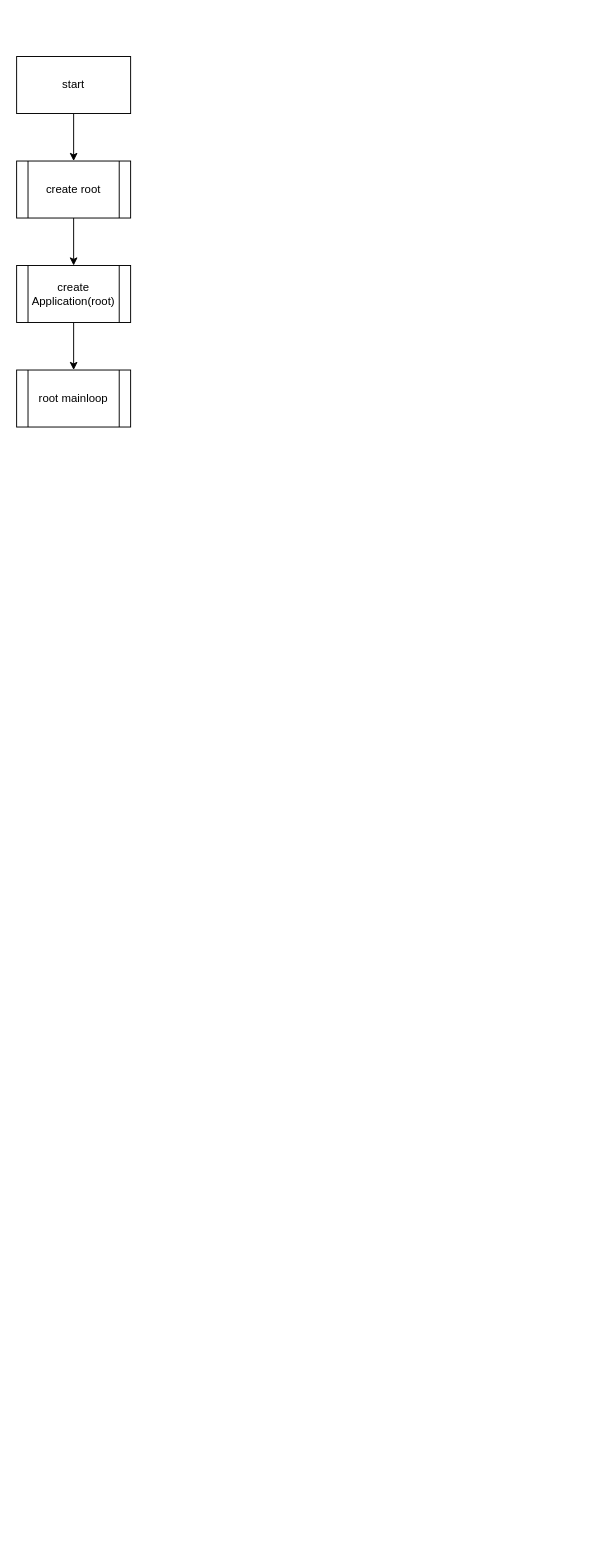
The draw.io diagram overview.drawio in sub-arctic/software-task-1, before the edit. Source tidied: cells renumbered, new cells numbered last; positions are measured from the earlier drawing's top-left corner, leaving out a move shared by most shapes. Both pictures are drawn from the tidied source at 95%, with x=0, y=0 at pixel (16, 56).
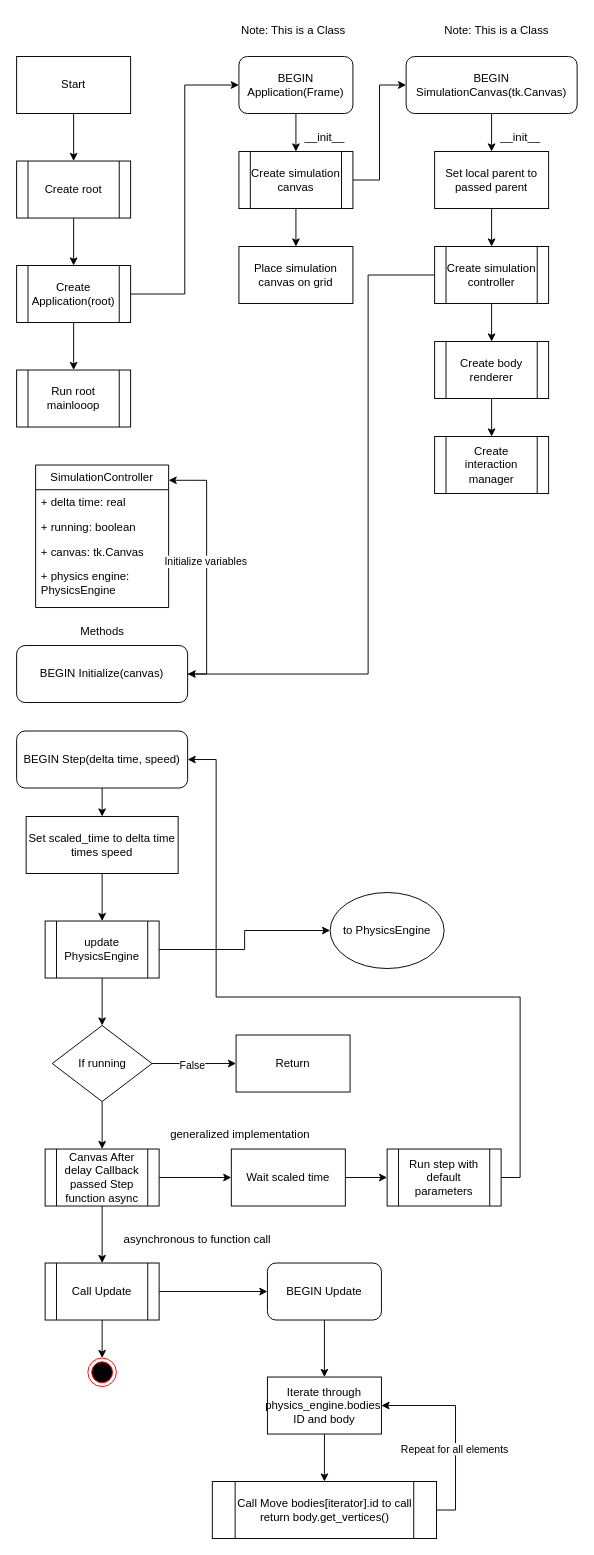
Above is the later version.

Diff of the diagram source:
```diff
@@
-    <mxCell id="3" value="start" style="rounded=0;whiteSpace=wrap;html=1;" parent="1" vertex="1">
+    <mxCell id="3" value="Start" style="rounded=0;whiteSpace=wrap;html=1;" parent="1" vertex="1">
       <mxGeometry width="120" height="60" as="geometry" />
     </mxCell>
@@
+    <mxCell id="9" style="edgeStyle=orthogonalEdgeStyle;rounded=0;jettySize=auto;html=1;exitX=1;exitY=0.5;exitDx=0;exitDy=0;entryX=0;entryY=0.5;entryDx=0;entryDy=0;" parent="1" edge="1" source="5" target="11">
+      <mxGeometry relative="1" as="geometry" />
+    </mxCell>
-    <mxCell id="5" value="create Application(root)" style="shape=process;whiteSpace=wrap;html=1;backgroundOutline=1;" parent="1" vertex="1">
+    <mxCell id="5" value="Create Application(root)" style="shape=process;whiteSpace=wrap;html=1;backgroundOutline=1;" parent="1" vertex="1">
       <mxGeometry y="220" width="120" height="60" as="geometry" />
     </mxCell>
@@
-    <mxCell id="7" value="create root" style="shape=process;whiteSpace=wrap;html=1;backgroundOutline=1;" parent="1" vertex="1">
+    <mxCell id="7" value="Create root" style="shape=process;whiteSpace=wrap;html=1;backgroundOutline=1;" parent="1" vertex="1">
       <mxGeometry y="110" width="120" height="60" as="geometry" />
     </mxCell>
-    <mxCell id="8" value="root mainloop" style="shape=process;whiteSpace=wrap;html=1;backgroundOutline=1;" parent="1" vertex="1">
+    <mxCell id="8" value="Run root mainlooop" style="shape=process;whiteSpace=wrap;html=1;backgroundOutline=1;" parent="1" vertex="1">
       <mxGeometry y="330" width="120" height="60" as="geometry" />
     </mxCell>
+    <mxCell id="10" style="edgeStyle=orthogonalEdgeStyle;rounded=0;jettySize=auto;html=1;exitX=0.5;exitY=1;exitDx=0;exitDy=0;entryX=0.5;entryY=0;entryDx=0;entryDy=0;" parent="1" edge="1" source="11" target="14">
+      <mxGeometry relative="1" as="geometry" />
+    </mxCell>
+    <mxCell id="11" value="BEGIN Application(Frame)" style="rounded=1;whiteSpace=wrap;html=1;" parent="1" vertex="1">
+      <mxGeometry x="234" width="120" height="60" as="geometry" />
+    </mxCell>
+    <mxCell id="12" style="edgeStyle=orthogonalEdgeStyle;rounded=0;jettySize=auto;html=1;exitX=0.5;exitY=1;exitDx=0;exitDy=0;entryX=0.5;entryY=0;entryDx=0;entryDy=0;" parent="1" edge="1" source="14" target="15">
+      <mxGeometry relative="1" as="geometry" />
+    </mxCell>
+    <mxCell id="13" style="edgeStyle=orthogonalEdgeStyle;rounded=0;jettySize=auto;html=1;exitX=1;exitY=0.5;exitDx=0;exitDy=0;entryX=0;entryY=0.5;entryDx=0;entryDy=0;" parent="1" edge="1" source="14" target="17">
+      <mxGeometry relative="1" as="geometry" />
+    </mxCell>
+    <mxCell id="14" value="Create simulation canvas" style="shape=process;whiteSpace=wrap;html=1;backgroundOutline=1;" parent="1" vertex="1">
+      <mxGeometry x="234" y="100" width="120" height="60" as="geometry" />
+    </mxCell>
+    <mxCell id="15" value="Place simulation canvas on grid" style="rounded=0;whiteSpace=wrap;html=1;" parent="1" vertex="1">
+      <mxGeometry x="234" y="200" width="120" height="60" as="geometry" />
+    </mxCell>
+    <mxCell id="16" style="edgeStyle=orthogonalEdgeStyle;rounded=0;jettySize=auto;html=1;exitX=0.5;exitY=1;exitDx=0;exitDy=0;entryX=0.5;entryY=0;entryDx=0;entryDy=0;" parent="1" edge="1" source="17" target="19">
+      <mxGeometry relative="1" as="geometry" />
+    </mxCell>
+    <mxCell id="17" value="BEGIN SimulationCanvas(tk.Canvas)" style="rounded=1;whiteSpace=wrap;html=1;" parent="1" vertex="1">
+      <mxGeometry x="410" width="180" height="60" as="geometry" />
+    </mxCell>
+    <mxCell id="18" style="edgeStyle=orthogonalEdgeStyle;rounded=0;jettySize=auto;html=1;exitX=0.5;exitY=1;exitDx=0;exitDy=0;entryX=0.5;entryY=0;entryDx=0;entryDy=0;" parent="1" edge="1" source="19" target="22">
+      <mxGeometry relative="1" as="geometry" />
+    </mxCell>
+    <mxCell id="19" value="Set local parent to passed parent" style="rounded=0;whiteSpace=wrap;html=1;" parent="1" vertex="1">
+      <mxGeometry x="440" y="100" width="120" height="60" as="geometry" />
+    </mxCell>
+    <mxCell id="20" style="edgeStyle=orthogonalEdgeStyle;rounded=0;jettySize=auto;html=1;exitX=0.5;exitY=1;exitDx=0;exitDy=0;entryX=0.5;entryY=0;entryDx=0;entryDy=0;" parent="1" edge="1" source="22" target="24">
+      <mxGeometry relative="1" as="geometry" />
+    </mxCell>
+    <mxCell id="21" style="edgeStyle=orthogonalEdgeStyle;rounded=0;jettySize=auto;html=1;exitX=0;exitY=0.5;exitDx=0;exitDy=0;entryX=1;entryY=0.5;entryDx=0;entryDy=0;" parent="1" edge="1" source="22" target="30">
+      <mxGeometry relative="1" as="geometry">
+        <Array as="points">
+          <mxPoint x="370" y="230" />
+          <mxPoint x="370" y="650" />
+        </Array>
+      </mxGeometry>
+    </mxCell>
+    <mxCell id="22" value="Create simulation controller" style="shape=process;whiteSpace=wrap;html=1;backgroundOutline=1;" parent="1" vertex="1">
+      <mxGeometry x="440" y="200" width="120" height="60" as="geometry" />
+    </mxCell>
+    <mxCell id="23" style="edgeStyle=orthogonalEdgeStyle;rounded=0;jettySize=auto;html=1;exitX=0.5;exitY=1;exitDx=0;exitDy=0;entryX=0.5;entryY=0;entryDx=0;entryDy=0;" parent="1" edge="1" source="24" target="25">
+      <mxGeometry relative="1" as="geometry" />
+    </mxCell>
+    <mxCell id="24" value="Create body renderer" style="shape=process;whiteSpace=wrap;html=1;backgroundOutline=1;" parent="1" vertex="1">
+      <mxGeometry x="440" y="300" width="120" height="60" as="geometry" />
+    </mxCell>
+    <mxCell id="25" value="Create interaction manager" style="shape=process;whiteSpace=wrap;html=1;backgroundOutline=1;" parent="1" vertex="1">
+      <mxGeometry x="440" y="400" width="120" height="60" as="geometry" />
+    </mxCell>
+    <mxCell id="26" value="Note: This is a Class" style="text;html=1;align=center;verticalAlign=middle;strokeColor=none;fillColor=none;" parent="1" vertex="1">
+      <mxGeometry x="226" y="-42" width="130" height="30" as="geometry" />
+    </mxCell>
+    <mxCell id="27" value="Note: This is a Class" style="text;html=1;align=center;verticalAlign=middle;strokeColor=none;fillColor=none;" parent="1" vertex="1">
+      <mxGeometry x="440" y="-42" width="130" height="30" as="geometry" />
+    </mxCell>
+    <mxCell id="28" value="__init__" style="text;html=1;align=center;verticalAlign=middle;strokeColor=none;fillColor=none;" parent="1" vertex="1">
+      <mxGeometry x="294" y="70" width="60" height="30" as="geometry" />
+    </mxCell>
+    <mxCell id="29" value="__init__" style="text;html=1;align=center;verticalAlign=middle;strokeColor=none;fillColor=none;" parent="1" vertex="1">
+      <mxGeometry x="500" y="70" width="60" height="30" as="geometry" />
+    </mxCell>
+    <mxCell id="30" value="BEGIN Initialize(canvas)" style="rounded=1;whiteSpace=wrap;html=1;" parent="1" vertex="1">
+      <mxGeometry y="620" width="180" height="60" as="geometry" />
+    </mxCell>
+    <mxCell id="31" value="&lt;div&gt;SimulationController&lt;/div&gt;" style="swimlane;fontStyle=0;horizontal=1;startSize=26;fillColor=none;whiteSpace=wrap;html=1;" parent="1" vertex="1">
+      <mxGeometry x="20" y="430" width="140" height="150" as="geometry" />
+    </mxCell>
+    <mxCell id="32" value="+ delta time: real" style="text;strokeColor=none;fillColor=none;align=left;verticalAlign=top;spacingLeft=4;spacingRight=4;overflow=hidden;whiteSpace=wrap;html=1;" parent="31" vertex="1">
+      <mxGeometry y="26" width="140" height="26" as="geometry" />
+    </mxCell>
+    <mxCell id="33" value="+ running: boolean" style="text;strokeColor=none;fillColor=none;align=left;verticalAlign=top;spacingLeft=4;spacingRight=4;overflow=hidden;whiteSpace=wrap;html=1;" parent="31" vertex="1">
+      <mxGeometry y="52" width="140" height="26" as="geometry" />
+    </mxCell>
+    <mxCell id="34" value="+ canvas: tk.Canvas" style="text;strokeColor=none;fillColor=none;align=left;verticalAlign=top;spacingLeft=4;spacingRight=4;overflow=hidden;whiteSpace=wrap;html=1;" parent="31" vertex="1">
+      <mxGeometry y="78" width="140" height="26" as="geometry" />
+    </mxCell>
+    <mxCell id="35" value="+ physics engine: PhysicsEngine" style="text;strokeColor=none;fillColor=none;align=left;verticalAlign=top;spacingLeft=4;spacingRight=4;overflow=hidden;whiteSpace=wrap;html=1;" parent="31" vertex="1">
+      <mxGeometry y="104" width="140" height="46" as="geometry" />
+    </mxCell>
+    <mxCell id="36" value="Methods" style="text;html=1;align=center;verticalAlign=middle;strokeColor=none;fillColor=none;" parent="1" vertex="1">
+      <mxGeometry x="55" y="590" width="70" height="30" as="geometry" />
+    </mxCell>
+    <mxCell id="37" style="edgeStyle=orthogonalEdgeStyle;rounded=0;jettySize=auto;html=1;exitX=1;exitY=0.5;exitDx=0;exitDy=0;entryX=1;entryY=0.107;entryDx=0;entryDy=0;entryPerimeter=0;" parent="1" edge="1" source="30" target="31">
+      <mxGeometry relative="1" as="geometry" />
+    </mxCell>
+    <mxCell id="38" value="Initialize variables" style="edgeLabel;html=1;align=center;verticalAlign=middle;" parent="37" vertex="1">
+      <mxGeometry x="0.05" y="2" relative="1" as="geometry" />
+    </mxCell>
+    <mxCell id="39" style="edgeStyle=orthogonalEdgeStyle;rounded=0;jettySize=auto;html=1;exitX=0.5;exitY=1;exitDx=0;exitDy=0;entryX=0.5;entryY=0;entryDx=0;entryDy=0;" parent="1" edge="1" source="40" target="42">
+      <mxGeometry relative="1" as="geometry" />
+    </mxCell>
+    <mxCell id="40" value="BEGIN Step(delta time, speed)" style="rounded=1;whiteSpace=wrap;html=1;" parent="1" vertex="1">
+      <mxGeometry y="710" width="180" height="60" as="geometry" />
+    </mxCell>
+    <mxCell id="41" style="edgeStyle=orthogonalEdgeStyle;rounded=0;jettySize=auto;html=1;exitX=0.5;exitY=1;exitDx=0;exitDy=0;entryX=0.5;entryY=0;entryDx=0;entryDy=0;" parent="1" edge="1" source="42" target="45">
+      <mxGeometry relative="1" as="geometry" />
+    </mxCell>
+    <mxCell id="42" value="Set scaled_time to delta time times speed" style="rounded=0;whiteSpace=wrap;html=1;" parent="1" vertex="1">
+      <mxGeometry x="10" y="800" width="160" height="60" as="geometry" />
+    </mxCell>
+    <mxCell id="43" style="edgeStyle=orthogonalEdgeStyle;rounded=0;jettySize=auto;html=1;exitX=0.5;exitY=1;exitDx=0;exitDy=0;entryX=0.5;entryY=0;entryDx=0;entryDy=0;" parent="1" edge="1" source="45" target="49">
+      <mxGeometry relative="1" as="geometry" />
+    </mxCell>
+    <mxCell id="44" style="edgeStyle=orthogonalEdgeStyle;rounded=0;jettySize=auto;html=1;exitX=1;exitY=0.5;exitDx=0;exitDy=0;entryX=0;entryY=0.5;entryDx=0;entryDy=0;" parent="1" edge="1" source="45" target="59">
+      <mxGeometry relative="1" as="geometry" />
+    </mxCell>
+    <mxCell id="45" value="update PhysicsEngine" style="shape=process;whiteSpace=wrap;html=1;backgroundOutline=1;" parent="1" vertex="1">
+      <mxGeometry x="30" y="910" width="120" height="60" as="geometry" />
+    </mxCell>
+    <mxCell id="46" style="edgeStyle=orthogonalEdgeStyle;rounded=0;jettySize=auto;html=1;exitX=1;exitY=0.5;exitDx=0;exitDy=0;entryX=0;entryY=0.5;entryDx=0;entryDy=0;" parent="1" edge="1" source="49" target="50">
+      <mxGeometry relative="1" as="geometry" />
+    </mxCell>
+    <mxCell id="47" value="False" style="edgeLabel;html=1;align=center;verticalAlign=middle;" parent="46" vertex="1">
+      <mxGeometry x="-0.04" y="-1" relative="1" as="geometry" />
+    </mxCell>
+    <mxCell id="48" style="edgeStyle=orthogonalEdgeStyle;rounded=0;jettySize=auto;html=1;exitX=0.5;exitY=1;exitDx=0;exitDy=0;entryX=0.5;entryY=0;entryDx=0;entryDy=0;" parent="1" edge="1" source="49" target="53">
+      <mxGeometry relative="1" as="geometry" />
+    </mxCell>
+    <mxCell id="49" value="If running" style="rhombus;whiteSpace=wrap;html=1;" parent="1" vertex="1">
+      <mxGeometry x="37.5" y="1020" width="105" height="80" as="geometry" />
+    </mxCell>
+    <mxCell id="50" value="Return" style="rounded=0;whiteSpace=wrap;html=1;" parent="1" vertex="1">
+      <mxGeometry x="231" y="1030" width="120" height="60" as="geometry" />
+    </mxCell>
+    <mxCell id="51" style="edgeStyle=orthogonalEdgeStyle;rounded=0;jettySize=auto;html=1;exitX=1;exitY=0.5;exitDx=0;exitDy=0;entryX=0;entryY=0.5;entryDx=0;entryDy=0;" parent="1" edge="1" source="53" target="56">
+      <mxGeometry relative="1" as="geometry" />
+    </mxCell>
+    <mxCell id="52" style="edgeStyle=orthogonalEdgeStyle;rounded=0;jettySize=auto;html=1;exitX=0.5;exitY=1;exitDx=0;exitDy=0;entryX=0.5;entryY=0;entryDx=0;entryDy=0;" parent="1" edge="1" source="53" target="62">
+      <mxGeometry relative="1" as="geometry" />
+    </mxCell>
+    <mxCell id="53" value="Canvas After delay Callback passed Step function async" style="shape=process;whiteSpace=wrap;html=1;backgroundOutline=1;" parent="1" vertex="1">
+      <mxGeometry x="30" y="1150" width="120" height="60" as="geometry" />
+    </mxCell>
+    <mxCell id="54" value="&lt;div&gt;generalized implementation&lt;/div&gt;" style="text;html=1;align=center;verticalAlign=middle;strokeColor=none;fillColor=none;" parent="1" vertex="1">
+      <mxGeometry x="150" y="1120" width="170" height="30" as="geometry" />
+    </mxCell>
+    <mxCell id="55" style="edgeStyle=orthogonalEdgeStyle;rounded=0;jettySize=auto;html=1;exitX=1;exitY=0.5;exitDx=0;exitDy=0;entryX=0;entryY=0.5;entryDx=0;entryDy=0;" parent="1" edge="1" source="56" target="58">
+      <mxGeometry relative="1" as="geometry" />
+    </mxCell>
+    <mxCell id="56" value="Wait scaled time" style="rounded=0;whiteSpace=wrap;html=1;" parent="1" vertex="1">
+      <mxGeometry x="226" y="1150" width="120" height="60" as="geometry" />
+    </mxCell>
+    <mxCell id="57" style="edgeStyle=orthogonalEdgeStyle;rounded=0;jettySize=auto;html=1;exitX=1;exitY=0.5;exitDx=0;exitDy=0;entryX=1;entryY=0.5;entryDx=0;entryDy=0;" parent="1" edge="1" source="58" target="40">
+      <mxGeometry relative="1" as="geometry">
+        <Array as="points">
+          <mxPoint x="530" y="1180" />
+          <mxPoint x="530" y="990" />
+          <mxPoint x="210" y="990" />
+          <mxPoint x="210" y="740" />
+        </Array>
+      </mxGeometry>
+    </mxCell>
+    <mxCell id="58" value="Run step with default parameters" style="shape=process;whiteSpace=wrap;html=1;backgroundOutline=1;" parent="1" vertex="1">
+      <mxGeometry x="390" y="1150" width="120" height="60" as="geometry" />
+    </mxCell>
+    <mxCell id="59" value="to PhysicsEngine" style="ellipse;whiteSpace=wrap;html=1;" parent="1" vertex="1">
+      <mxGeometry x="330" y="880" width="120" height="80" as="geometry" />
+    </mxCell>
+    <mxCell id="60" style="edgeStyle=orthogonalEdgeStyle;rounded=0;jettySize=auto;html=1;exitX=0.5;exitY=1;exitDx=0;exitDy=0;entryX=0.5;entryY=0;entryDx=0;entryDy=0;" parent="1" edge="1" source="62" target="64">
+      <mxGeometry relative="1" as="geometry" />
+    </mxCell>
+    <mxCell id="61" style="edgeStyle=orthogonalEdgeStyle;rounded=0;jettySize=auto;html=1;exitX=1;exitY=0.5;exitDx=0;exitDy=0;entryX=0;entryY=0.5;entryDx=0;entryDy=0;" parent="1" edge="1" source="62" target="66">
+      <mxGeometry relative="1" as="geometry" />
+    </mxCell>
+    <mxCell id="62" value="Call Update" style="shape=process;whiteSpace=wrap;html=1;backgroundOutline=1;" parent="1" vertex="1">
+      <mxGeometry x="30" y="1270" width="120" height="60" as="geometry" />
+    </mxCell>
+    <mxCell id="63" value="asynchronous to function call" style="text;html=1;align=center;verticalAlign=middle;strokeColor=none;fillColor=none;" parent="1" vertex="1">
+      <mxGeometry x="100" y="1230" width="180" height="30" as="geometry" />
+    </mxCell>
+    <mxCell id="64" style="ellipse;html=1;shape=endState;fillColor=#000000;strokeColor=#ff0000;" parent="1" vertex="1">
+      <mxGeometry x="75" y="1370" width="30" height="30" as="geometry" />
+    </mxCell>
+    <mxCell id="65" style="edgeStyle=orthogonalEdgeStyle;rounded=0;jettySize=auto;html=1;exitX=0.5;exitY=1;exitDx=0;exitDy=0;entryX=0.5;entryY=0;entryDx=0;entryDy=0;" parent="1" edge="1" source="66" target="71">
+      <mxGeometry relative="1" as="geometry" />
+    </mxCell>
+    <mxCell id="66" value="BEGIN Update" style="rounded=1;whiteSpace=wrap;html=1;" parent="1" vertex="1">
+      <mxGeometry x="264" y="1270" width="120" height="60" as="geometry" />
+    </mxCell>
+    <mxCell id="67" style="edgeStyle=orthogonalEdgeStyle;rounded=0;jettySize=auto;html=1;exitX=1;exitY=0.5;exitDx=0;exitDy=0;entryX=1;entryY=0.5;entryDx=0;entryDy=0;" parent="1" edge="1" source="69" target="71">
+      <mxGeometry relative="1" as="geometry" />
+    </mxCell>
+    <mxCell id="68" value="Repeat for all elements" style="edgeLabel;html=1;align=center;verticalAlign=middle;" parent="67" vertex="1">
+      <mxGeometry x="-0.18" y="2" relative="1" as="geometry" />
+    </mxCell>
+    <mxCell id="69" value="Call Move bodies[iterator].id to call return body.get_vertices()" style="shape=process;whiteSpace=wrap;html=1;backgroundOutline=1;" parent="1" vertex="1">
+      <mxGeometry x="206" y="1500" width="236" height="60" as="geometry" />
+    </mxCell>
+    <mxCell id="70" style="edgeStyle=orthogonalEdgeStyle;rounded=0;jettySize=auto;html=1;exitX=0.5;exitY=1;exitDx=0;exitDy=0;entryX=0.5;entryY=0;entryDx=0;entryDy=0;" parent="1" edge="1" source="71" target="69">
+      <mxGeometry relative="1" as="geometry" />
+    </mxCell>
+    <mxCell id="71" value="Iterate through physics_engine.bodies' ID and body" style="rounded=0;whiteSpace=wrap;html=1;" parent="1" vertex="1">
+      <mxGeometry x="264" y="1390" width="120" height="60" as="geometry" />
+    </mxCell>
```
